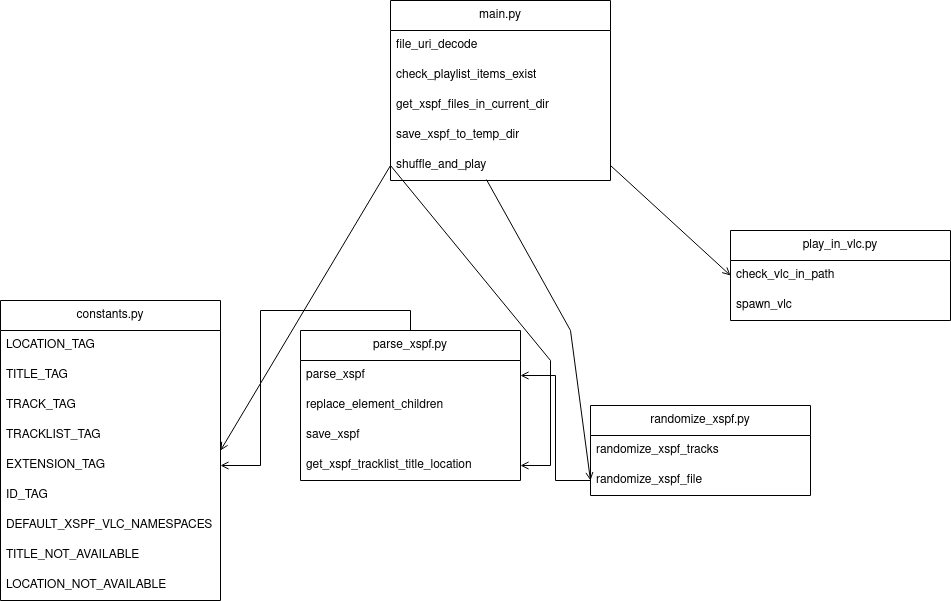
The draw.io diagram images/VLCPlayShuffle_Diagram.png in Xpl0itU/VLCPlayShuffle, before a commit. Source tidied: cells renumbered, new cells last; positions are measured from the earlier drawing's top-left corner, leaving out a move shared by most shapes.
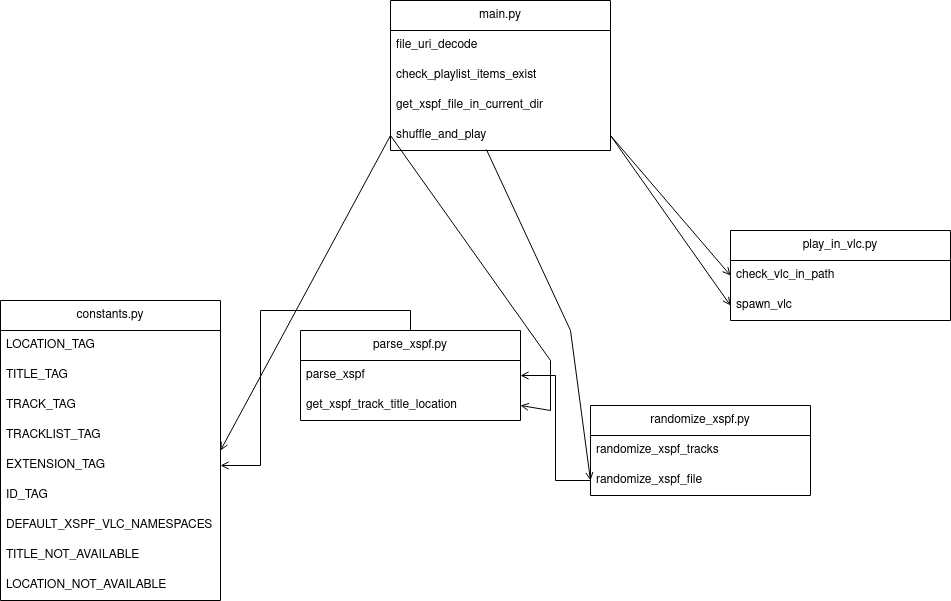
Above is the later version.

Commit message:
docs(images): Update dependency diagram

What changed in the source:
```diff
@@ -39,19 +39,13 @@
       <mxGeometry relative="1" as="geometry" />
     </mxCell>
     <mxCell id="14" value="parse_xspf.py" style="swimlane;fontStyle=0;horizontal=1;startSize=30;whiteSpace=wrap;html=1;" parent="1" vertex="1">
-      <mxGeometry x="300" y="330" width="220" height="150" as="geometry" />
+      <mxGeometry x="300" y="330" width="220" height="90" as="geometry" />
     </mxCell>
     <mxCell id="15" value="parse_xspf" style="text;strokeColor=none;fillColor=none;align=left;verticalAlign=middle;spacingLeft=4;spacingRight=4;overflow=hidden;points=[[0,0.5],[1,0.5]];portConstraint=eastwest;whiteSpace=wrap;html=1;" parent="14" vertex="1">
       <mxGeometry y="30" width="220" height="30" as="geometry" />
     </mxCell>
-    <mxCell id="16" value="replace_element_children" style="text;strokeColor=none;fillColor=none;align=left;verticalAlign=middle;spacingLeft=4;spacingRight=4;overflow=hidden;whiteSpace=wrap;html=1;" parent="14" vertex="1">
-      <mxGeometry y="60" width="220" height="30" as="geometry" />
-    </mxCell>
-    <mxCell id="17" value="save_xspf" style="text;strokeColor=none;fillColor=none;align=left;verticalAlign=middle;spacingLeft=4;spacingRight=4;overflow=hidden;whiteSpace=wrap;html=1;" parent="14" vertex="1">
-      <mxGeometry y="90" width="220" height="30" as="geometry" />
-    </mxCell>
-    <mxCell id="18" value="get_xspf_tracklist_title_location" style="text;strokeColor=none;fillColor=none;align=left;verticalAlign=middle;spacingLeft=4;spacingRight=4;overflow=hidden;points=[[0,0.5],[1,0.5]];portConstraint=eastwest;whiteSpace=wrap;html=1;" parent="14" vertex="1">
-      <mxGeometry y="120" width="220" height="30" as="geometry" />
+    <mxCell id="18" value="get_xspf_track_title_location" style="text;strokeColor=none;fillColor=none;align=left;verticalAlign=middle;spacingLeft=4;spacingRight=4;overflow=hidden;points=[[0,0.5],[1,0.5]];portConstraint=eastwest;whiteSpace=wrap;html=1;" parent="14" vertex="1">
+      <mxGeometry y="60" width="220" height="30" as="geometry" />
     </mxCell>
     <mxCell id="19" value="play_in_vlc.py" style="swimlane;fontStyle=0;horizontal=1;startSize=30;whiteSpace=wrap;html=1;" parent="1" vertex="1">
       <mxGeometry x="730" y="230" width="220" height="90" as="geometry" />
@@ -72,7 +66,7 @@
       <mxGeometry y="60" width="220" height="30" as="geometry" />
     </mxCell>
     <mxCell id="25" value="&lt;div&gt;main.py&lt;/div&gt;" style="swimlane;fontStyle=0;horizontal=1;startSize=30;whiteSpace=wrap;html=1;" parent="1" vertex="1">
-      <mxGeometry x="390" width="220" height="180" as="geometry" />
+      <mxGeometry x="390" width="220" height="150" as="geometry" />
     </mxCell>
     <mxCell id="26" value="file_uri_decode" style="text;strokeColor=none;fillColor=none;align=left;verticalAlign=middle;spacingLeft=4;spacingRight=4;overflow=hidden;whiteSpace=wrap;html=1;" parent="25" vertex="1">
       <mxGeometry y="30" width="220" height="30" as="geometry" />
@@ -80,14 +74,11 @@
     <mxCell id="27" value="check_playlist_items_exist" style="text;strokeColor=none;fillColor=none;align=left;verticalAlign=middle;spacingLeft=4;spacingRight=4;overflow=hidden;whiteSpace=wrap;html=1;" parent="25" vertex="1">
       <mxGeometry y="60" width="220" height="30" as="geometry" />
     </mxCell>
-    <mxCell id="28" value="get_xspf_files_in_current_dir" style="text;strokeColor=none;fillColor=none;align=left;verticalAlign=middle;spacingLeft=4;spacingRight=4;overflow=hidden;whiteSpace=wrap;html=1;" parent="25" vertex="1">
+    <mxCell id="28" value="get_xspf_file_in_current_dir" style="text;strokeColor=none;fillColor=none;align=left;verticalAlign=middle;spacingLeft=4;spacingRight=4;overflow=hidden;whiteSpace=wrap;html=1;" parent="25" vertex="1">
       <mxGeometry y="90" width="220" height="30" as="geometry" />
     </mxCell>
-    <mxCell id="29" value="save_xspf_to_temp_dir" style="text;strokeColor=none;fillColor=none;align=left;verticalAlign=middle;spacingLeft=4;spacingRight=4;overflow=hidden;whiteSpace=wrap;html=1;" parent="25" vertex="1">
-      <mxGeometry y="120" width="220" height="30" as="geometry" />
-    </mxCell>
     <mxCell id="30" value="shuffle_and_play" style="text;strokeColor=none;fillColor=none;align=left;verticalAlign=middle;spacingLeft=4;spacingRight=4;overflow=hidden;points=[[0,0.5],[1,0.5]];portConstraint=eastwest;whiteSpace=wrap;html=1;" parent="25" vertex="1">
-      <mxGeometry y="150" width="220" height="30" as="geometry" />
+      <mxGeometry y="120" width="220" height="30" as="geometry" />
     </mxCell>
     <mxCell id="31" style="endArrow=open;html=1;rounded=0;endFill=0;exitX=1;exitY=0.5;exitDx=0;exitDy=0;entryX=0;entryY=0.5;entryDx=0;entryDy=0;" parent="1" edge="1" source="30" target="20">
       <mxGeometry relative="1" as="geometry" />
@@ -106,9 +97,12 @@
       <mxGeometry relative="1" as="geometry">
         <Array as="points">
           <mxPoint x="550" y="360" />
-          <mxPoint x="550" y="465" />
+          <mxPoint x="550" y="410" />
         </Array>
       </mxGeometry>
     </mxCell>
+    <mxCell id="35" style="endArrow=open;html=1;rounded=0;endFill=0;exitX=1;exitY=0.5;exitDx=0;exitDy=0;entryX=0;entryY=0.5;entryDx=0;entryDy=0;" parent="1" edge="1" source="30" target="21">
+      <mxGeometry relative="1" as="geometry" />
+    </mxCell>
   </root>
 </mxGraphModel>
```
